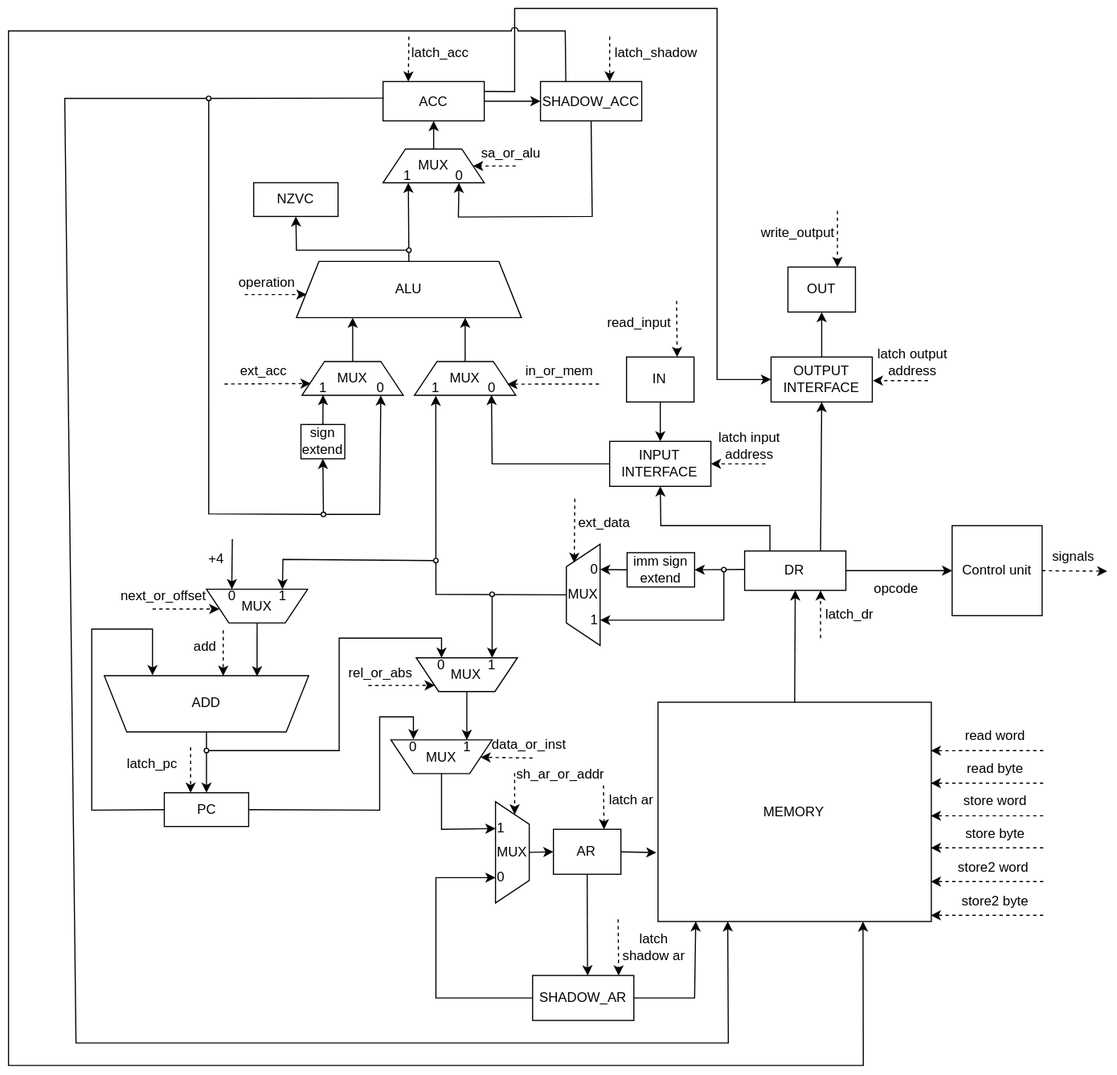
Above: assets/datapath/scheme.svg in AstroSoup/computer-system-architecture-lab-4 (draw.io), before the change. Source tidied: cells renumbered, new cells last; positions are measured from the earlier drawing's top-left corner, leaving out a move shared by most shapes.
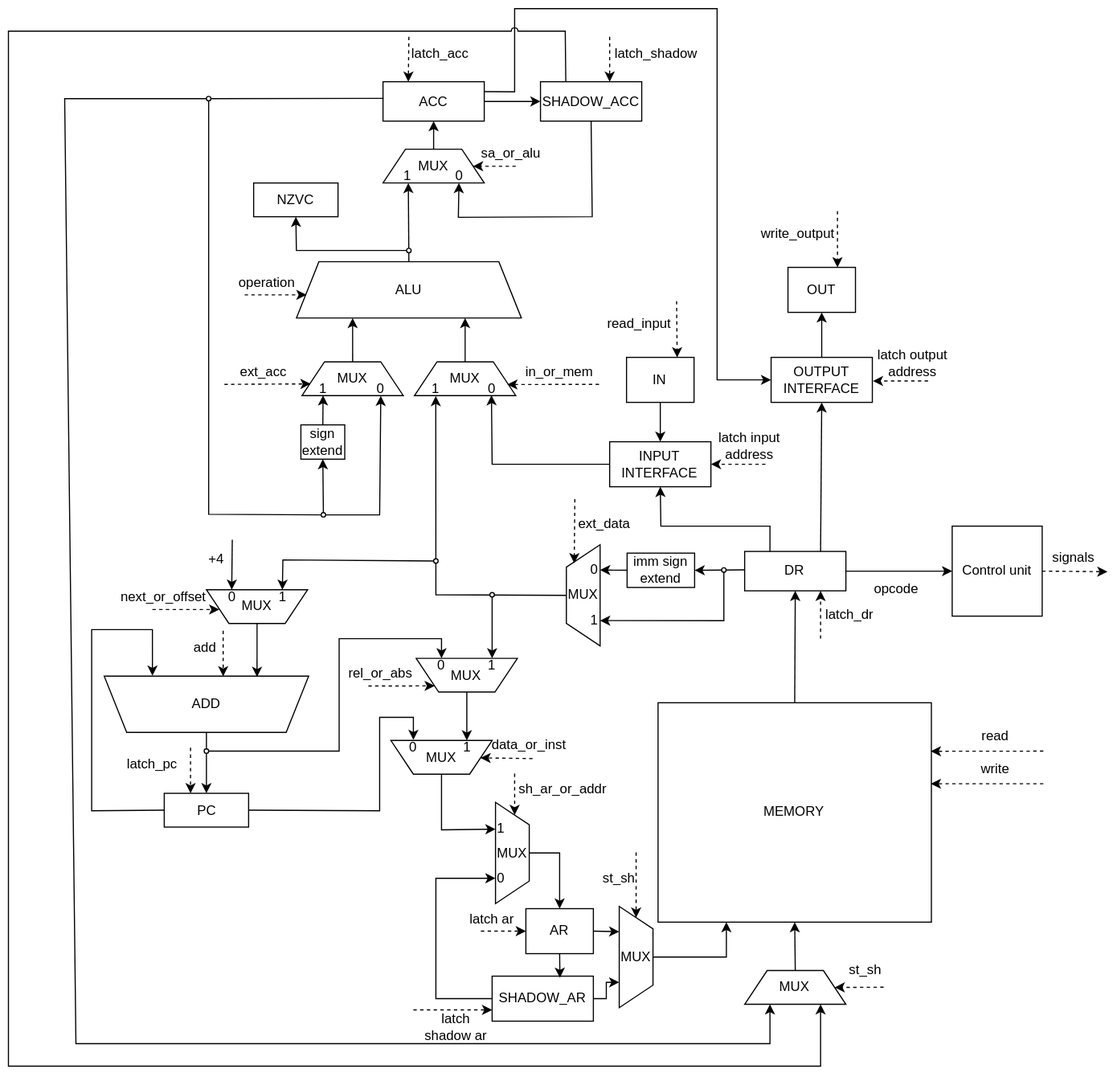
The same diagram one commit later.

Diff of the diagram source:
```diff
@@ -12,12 +12,10 @@
       <mxGeometry x="549.5" y="310" width="60" height="40" as="geometry" />
     </mxCell>
     <mxCell id="5" value="AR" style="rounded=0;whiteSpace=wrap;html=1;" parent="1" vertex="1">
-      <mxGeometry x="484.5" y="730" width="60" height="40" as="geometry" />
+      <mxGeometry x="460" y="800" width="60" height="40" as="geometry" />
     </mxCell>
-    <mxCell id="6" style="endArrow=classic;html=1;rounded=0;entryX=-0.006;entryY=0.604;entryDx=0;entryDy=0;exitX=1;exitY=0.5;exitDx=0;exitDy=0;entryPerimeter=0;jumpStyle=arc;" parent="1" edge="1" source="5">
-      <mxGeometry relative="1" as="geometry">
-        <mxPoint x="576" y="750.8" as="targetPoint" />
-      </mxGeometry>
+    <mxCell id="6" style="endArrow=classic;html=1;rounded=0;exitX=1;exitY=0.5;exitDx=0;exitDy=0;jumpStyle=arc;entryX=0.25;entryY=1;entryDx=0;entryDy=0;" parent="1" edge="1" source="5" target="148">
+      <mxGeometry relative="1" as="geometry" />
     </mxCell>
     <mxCell id="7" value="MEMORY" style="rounded=0;whiteSpace=wrap;html=1;" parent="1" vertex="1">
       <mxGeometry x="577.5" y="617" width="243" height="195" as="geometry" />
@@ -57,20 +55,15 @@
     <mxCell id="18" value="PC" style="rounded=0;whiteSpace=wrap;html=1;" parent="1" vertex="1">
       <mxGeometry x="138.5" y="697.5" width="75" height="30" as="geometry" />
     </mxCell>
-    <mxCell id="19" style="endArrow=classic;html=1;rounded=0;entryX=0.75;entryY=0;entryDx=0;entryDy=0;dashed=1;" parent="1" edge="1" target="5">
-      <mxGeometry relative="1" as="geometry">
-        <mxPoint x="529" y="691" as="sourcePoint" />
-      </mxGeometry>
-    </mxCell>
     <mxCell id="20" value="latch ar" style="text;html=1;whiteSpace=wrap;strokeColor=none;fillColor=none;align=center;verticalAlign=middle;rounded=0;" parent="1" vertex="1">
-      <mxGeometry x="524" y="688.5" width="60" height="30" as="geometry" />
+      <mxGeometry x="400.5" y="795" width="60" height="30" as="geometry" />
     </mxCell>
     <mxCell id="21" style="endArrow=classic;html=1;rounded=0;dashed=1;entryX=0.998;entryY=0.221;entryDx=0;entryDy=0;entryPerimeter=0;" parent="1" edge="1" target="7">
       <mxGeometry relative="1" as="geometry">
         <mxPoint x="920" y="660" as="sourcePoint" />
       </mxGeometry>
     </mxCell>
-    <mxCell id="22" value="read word" style="text;html=1;whiteSpace=wrap;strokeColor=none;fillColor=none;align=center;verticalAlign=middle;rounded=0;" parent="1" vertex="1">
+    <mxCell id="22" value="read" style="text;html=1;whiteSpace=wrap;strokeColor=none;fillColor=none;align=center;verticalAlign=middle;rounded=0;" parent="1" vertex="1">
       <mxGeometry x="835.5" y="632" width="84.5" height="30" as="geometry" />
     </mxCell>
     <mxCell id="23" style="endArrow=classic;html=1;rounded=0;entryX=1;entryY=0.75;entryDx=0;entryDy=0;dashed=1;" parent="1" edge="1">
@@ -394,49 +387,41 @@
     <mxCell id="93" value="latch output address" style="text;html=1;whiteSpace=wrap;strokeColor=none;fillColor=none;align=center;verticalAlign=middle;rounded=0;" parent="1" vertex="1">
       <mxGeometry x="754" y="300" width="100" height="30" as="geometry" />
     </mxCell>
-    <mxCell id="94" style="endArrow=classic;html=1;rounded=0;exitX=0;exitY=0.5;exitDx=0;exitDy=0;entryX=0.255;entryY=0.999;entryDx=0;entryDy=0;entryPerimeter=0;" parent="1" edge="1" source="95" target="7">
+    <mxCell id="94" style="endArrow=classic;html=1;rounded=0;exitX=0;exitY=0.5;exitDx=0;exitDy=0;entryX=0.25;entryY=1;entryDx=0;entryDy=0;" parent="1" edge="1" source="95" target="145">
       <mxGeometry relative="1" as="geometry">
         <Array as="points">
           <mxPoint x="50" y="80" />
           <mxPoint x="60" y="920" />
-          <mxPoint x="640" y="920" />
+          <mxPoint x="677" y="920" />
         </Array>
       </mxGeometry>
     </mxCell>
     <mxCell id="95" style="ellipse;whiteSpace=wrap;html=1;fillColor=light-dark(#FFFFFF,#FFFFFF);" parent="1" vertex="1">
       <mxGeometry x="176" y="78" width="4" height="4" as="geometry" />
     </mxCell>
-    <mxCell id="96" style="endArrow=classic;html=1;rounded=0;entryX=0.75;entryY=1;entryDx=0;entryDy=0;exitX=0.25;exitY=0;exitDx=0;exitDy=0;jumpStyle=arc;" parent="1" edge="1" source="26" target="7">
+    <mxCell id="96" style="endArrow=classic;html=1;rounded=0;entryX=0.75;entryY=1;entryDx=0;entryDy=0;exitX=0.25;exitY=0;exitDx=0;exitDy=0;jumpStyle=arc;" parent="1" edge="1" source="26" target="145">
       <mxGeometry relative="1" as="geometry">
         <Array as="points">
           <mxPoint x="495" y="20" />
           <mxPoint y="20" />
           <mxPoint y="940" />
-          <mxPoint x="760" y="940" />
+          <mxPoint x="722" y="940" />
         </Array>
       </mxGeometry>
     </mxCell>
     <mxCell id="97" value="SHADOW_AR" style="rounded=0;whiteSpace=wrap;html=1;" parent="1" vertex="1">
-      <mxGeometry x="466" y="860" width="90" height="40" as="geometry" />
+      <mxGeometry x="430" y="860" width="90" height="40" as="geometry" />
     </mxCell>
-    <mxCell id="98" style="endArrow=classic;html=1;rounded=0;exitX=1;exitY=0.5;exitDx=0;exitDy=0;entryX=0.138;entryY=0.999;entryDx=0;entryDy=0;entryPerimeter=0;" parent="1" edge="1" source="97" target="7">
-      <mxGeometry relative="1" as="geometry">
-        <Array as="points">
-          <mxPoint x="610" y="880" />
-        </Array>
-      </mxGeometry>
-    </mxCell>
     <mxCell id="99" style="ellipse;whiteSpace=wrap;html=1;fillColor=light-dark(#FFFFFF,#FFFFFF);" parent="1" vertex="1">
       <mxGeometry x="428" y="519" width="4" height="4" as="geometry" />
     </mxCell>
-    <mxCell id="100" style="endArrow=classic;html=1;rounded=0;dashed=1;entryX=0.75;entryY=0;entryDx=0;entryDy=0;" parent="1" edge="1">
+    <mxCell id="100" style="endArrow=classic;html=1;rounded=0;dashed=1;entryX=0;entryY=0.75;entryDx=0;entryDy=0;" parent="1" edge="1" target="97">
       <mxGeometry relative="1" as="geometry">
-        <mxPoint x="542" y="810" as="sourcePoint" />
-        <mxPoint x="542.5" y="860" as="targetPoint" />
+        <mxPoint x="360" y="890" as="sourcePoint" />
       </mxGeometry>
     </mxCell>
     <mxCell id="101" value="latch shadow ar" style="text;html=1;whiteSpace=wrap;strokeColor=none;fillColor=none;align=center;verticalAlign=middle;rounded=0;" parent="1" vertex="1">
-      <mxGeometry x="544.5" y="820" width="60" height="30" as="geometry" />
+      <mxGeometry x="368" y="890" width="60" height="30" as="geometry" />
     </mxCell>
     <mxCell id="102" style="endArrow=classic;html=1;rounded=0;exitX=0;exitY=0.5;exitDx=0;exitDy=0;entryX=0.75;entryY=1;entryDx=0;entryDy=0;" parent="1" edge="1" source="70" target="73">
       <mxGeometry relative="1" as="geometry" />
@@ -459,25 +444,13 @@
         </Array>
       </mxGeometry>
     </mxCell>
-    <mxCell id="106" style="endArrow=classic;html=1;rounded=0;exitX=0.5;exitY=0;exitDx=0;exitDy=0;entryX=0;entryY=0.5;entryDx=0;entryDy=0;" parent="1" edge="1" source="103" target="5">
-      <mxGeometry relative="1" as="geometry" />
-    </mxCell>
-    <mxCell id="107" style="endArrow=classic;html=1;rounded=0;exitX=0.5;exitY=1;exitDx=0;exitDy=0;jumpStyle=arc;" parent="1" edge="1" source="5">
-      <mxGeometry relative="1" as="geometry">
-        <mxPoint x="515" y="860" as="targetPoint" />
-        <Array as="points">
-          <mxPoint x="514" y="800" />
-          <mxPoint x="514" y="830" />
-        </Array>
-      </mxGeometry>
-    </mxCell>
     <mxCell id="108" style="endArrow=classic;html=1;rounded=0;dashed=1;entryX=0.125;entryY=0.432;entryDx=0;entryDy=0;entryPerimeter=0;" parent="1" edge="1" target="103">
       <mxGeometry relative="1" as="geometry">
         <mxPoint x="450" y="680" as="sourcePoint" />
       </mxGeometry>
     </mxCell>
     <mxCell id="109" value="sh_ar_or_addr" style="text;html=1;whiteSpace=wrap;strokeColor=none;fillColor=none;align=center;verticalAlign=middle;rounded=0;" parent="1" vertex="1">
-      <mxGeometry x="450" y="665.5" width="82" height="30" as="geometry" />
+      <mxGeometry x="452.5" y="679.2" width="82" height="30" as="geometry" />
     </mxCell>
     <mxCell id="110" style="endArrow=classic;html=1;rounded=0;dashed=1;entryX=0.998;entryY=0.221;entryDx=0;entryDy=0;entryPerimeter=0;" parent="1" edge="1">
       <mxGeometry relative="1" as="geometry">
@@ -485,45 +458,9 @@
         <mxPoint x="820" y="689" as="targetPoint" />
       </mxGeometry>
     </mxCell>
-    <mxCell id="111" value="read byte" style="text;html=1;whiteSpace=wrap;strokeColor=none;fillColor=none;align=center;verticalAlign=middle;rounded=0;" parent="1" vertex="1">
+    <mxCell id="111" value="write" style="text;html=1;whiteSpace=wrap;strokeColor=none;fillColor=none;align=center;verticalAlign=middle;rounded=0;" parent="1" vertex="1">
       <mxGeometry x="835.5" y="661" width="84.5" height="30" as="geometry" />
     </mxCell>
-    <mxCell id="112" style="endArrow=classic;html=1;rounded=0;dashed=1;entryX=0.998;entryY=0.221;entryDx=0;entryDy=0;entryPerimeter=0;" parent="1" edge="1">
-      <mxGeometry relative="1" as="geometry">
-        <mxPoint x="920" y="718" as="sourcePoint" />
-        <mxPoint x="820" y="718" as="targetPoint" />
-      </mxGeometry>
-    </mxCell>
-    <mxCell id="113" value="store word" style="text;html=1;whiteSpace=wrap;strokeColor=none;fillColor=none;align=center;verticalAlign=middle;rounded=0;" parent="1" vertex="1">
-      <mxGeometry x="835.5" y="690" width="84.5" height="30" as="geometry" />
-    </mxCell>
-    <mxCell id="114" style="endArrow=classic;html=1;rounded=0;dashed=1;entryX=0.998;entryY=0.221;entryDx=0;entryDy=0;entryPerimeter=0;" parent="1" edge="1">
-      <mxGeometry relative="1" as="geometry">
-        <mxPoint x="920" y="746.5" as="sourcePoint" />
-        <mxPoint x="820" y="746.5" as="targetPoint" />
-      </mxGeometry>
-    </mxCell>
-    <mxCell id="115" value="store byte" style="text;html=1;whiteSpace=wrap;strokeColor=none;fillColor=none;align=center;verticalAlign=middle;rounded=0;" parent="1" vertex="1">
-      <mxGeometry x="835.5" y="718.5" width="84.5" height="30" as="geometry" />
-    </mxCell>
-    <mxCell id="116" style="endArrow=classic;html=1;rounded=0;dashed=1;entryX=0.998;entryY=0.221;entryDx=0;entryDy=0;entryPerimeter=0;" parent="1" edge="1">
-      <mxGeometry relative="1" as="geometry">
-        <mxPoint x="920" y="776.5" as="sourcePoint" />
-        <mxPoint x="820" y="776.5" as="targetPoint" />
-      </mxGeometry>
-    </mxCell>
-    <mxCell id="117" value="store2 word&amp;nbsp;" style="text;html=1;whiteSpace=wrap;strokeColor=none;fillColor=none;align=center;verticalAlign=middle;rounded=0;" parent="1" vertex="1">
-      <mxGeometry x="835.5" y="748.5" width="84.5" height="30" as="geometry" />
-    </mxCell>
-    <mxCell id="118" style="endArrow=classic;html=1;rounded=0;dashed=1;entryX=0.998;entryY=0.221;entryDx=0;entryDy=0;entryPerimeter=0;" parent="1" edge="1">
-      <mxGeometry relative="1" as="geometry">
-        <mxPoint x="920" y="806.5" as="sourcePoint" />
-        <mxPoint x="820" y="806.5" as="targetPoint" />
-      </mxGeometry>
-    </mxCell>
-    <mxCell id="119" value="store2 byte" style="text;html=1;whiteSpace=wrap;strokeColor=none;fillColor=none;align=center;verticalAlign=middle;rounded=0;" parent="1" vertex="1">
-      <mxGeometry x="835.5" y="778.5" width="84.5" height="30" as="geometry" />
-    </mxCell>
     <mxCell id="120" style="endArrow=classic;html=1;rounded=0;entryX=0.75;entryY=0;entryDx=0;entryDy=0;dashed=1;" parent="1" edge="1" target="4">
       <mxGeometry relative="1" as="geometry">
         <mxPoint x="594" y="260" as="sourcePoint" />
@@ -609,5 +546,47 @@
     <mxCell id="144" value="0" style="text;html=1;whiteSpace=wrap;strokeColor=none;fillColor=none;align=center;verticalAlign=middle;rounded=0;" parent="1" vertex="1">
       <mxGeometry x="399" y="144" width="4" height="10" as="geometry" />
     </mxCell>
+    <mxCell id="145" value="MUX" style="shape=trapezoid;perimeter=trapezoidPerimeter;whiteSpace=wrap;html=1;fixedSize=1;direction=north;rotation=90;horizontal=0;" parent="1" vertex="1">
+      <mxGeometry x="684.5" y="825" width="30" height="90" as="geometry" />
+    </mxCell>
+    <mxCell id="146" style="endArrow=classic;html=1;rounded=0;exitX=0.5;exitY=0;exitDx=0;exitDy=0;entryX=0.5;entryY=1;entryDx=0;entryDy=0;" parent="1" edge="1" source="145" target="7">
+      <mxGeometry relative="1" as="geometry" />
+    </mxCell>
+    <mxCell id="147" style="endArrow=classic;html=1;rounded=0;dashed=1;entryX=0;entryY=0.5;entryDx=0;entryDy=0;" parent="1" edge="1" target="5">
+      <mxGeometry relative="1" as="geometry">
+        <mxPoint x="420" y="820" as="sourcePoint" />
+      </mxGeometry>
+    </mxCell>
+    <mxCell id="148" value="MUX" style="shape=trapezoid;perimeter=trapezoidPerimeter;whiteSpace=wrap;html=1;fixedSize=1;direction=east;rotation=90;horizontal=0;" parent="1" vertex="1">
+      <mxGeometry x="513" y="828" width="90" height="30" as="geometry" />
+    </mxCell>
+    <mxCell id="149" style="endArrow=classic;html=1;rounded=0;exitX=1;exitY=0.5;exitDx=0;exitDy=0;jumpStyle=arc;entryX=0.75;entryY=1;entryDx=0;entryDy=0;edgeStyle=orthogonalEdgeStyle;" parent="1" edge="1" source="97" target="148">
+      <mxGeometry relative="1" as="geometry" />
+    </mxCell>
+    <mxCell id="150" style="endArrow=classic;html=1;rounded=0;exitX=0.5;exitY=0;exitDx=0;exitDy=0;entryX=0.25;entryY=1;entryDx=0;entryDy=0;edgeStyle=orthogonalEdgeStyle;" parent="1" edge="1" source="148" target="7">
+      <mxGeometry relative="1" as="geometry" />
+    </mxCell>
+    <mxCell id="106" style="endArrow=classic;html=1;rounded=0;entryX=0.5;entryY=0;entryDx=0;entryDy=0;exitX=0.5;exitY=0;exitDx=0;exitDy=0;edgeStyle=orthogonalEdgeStyle;" parent="1" edge="1" source="103" target="5">
+      <mxGeometry relative="1" as="geometry" />
+    </mxCell>
+    <mxCell id="151" style="endArrow=classic;html=1;rounded=0;exitX=0.5;exitY=1;exitDx=0;exitDy=0;entryX=0.67;entryY=0.035;entryDx=0;entryDy=0;entryPerimeter=0;" parent="1" edge="1" source="5" target="97">
+      <mxGeometry relative="1" as="geometry" />
+    </mxCell>
+    <mxCell id="152" style="endArrow=classic;html=1;rounded=0;entryX=0;entryY=0.5;entryDx=0;entryDy=0;dashed=1;" parent="1" edge="1" target="148">
+      <mxGeometry relative="1" as="geometry">
+        <mxPoint x="558" y="750" as="sourcePoint" />
+      </mxGeometry>
+    </mxCell>
+    <mxCell id="153" value="st_sh" style="text;html=1;whiteSpace=wrap;strokeColor=none;fillColor=none;align=center;verticalAlign=middle;rounded=0;" parent="1" vertex="1">
+      <mxGeometry x="513" y="758" width="60" height="30" as="geometry" />
+    </mxCell>
+    <mxCell id="154" style="endArrow=classic;html=1;rounded=0;entryX=1;entryY=0.5;entryDx=0;entryDy=0;dashed=1;" parent="1" edge="1" target="145">
+      <mxGeometry relative="1" as="geometry">
+        <mxPoint x="778" y="869.9" as="sourcePoint" />
+      </mxGeometry>
+    </mxCell>
+    <mxCell id="155" value="st_sh" style="text;html=1;whiteSpace=wrap;strokeColor=none;fillColor=none;align=center;verticalAlign=middle;rounded=0;" parent="1" vertex="1">
+      <mxGeometry x="732" y="840" width="60" height="30" as="geometry" />
+    </mxCell>
   </root>
 </mxGraphModel>
```
